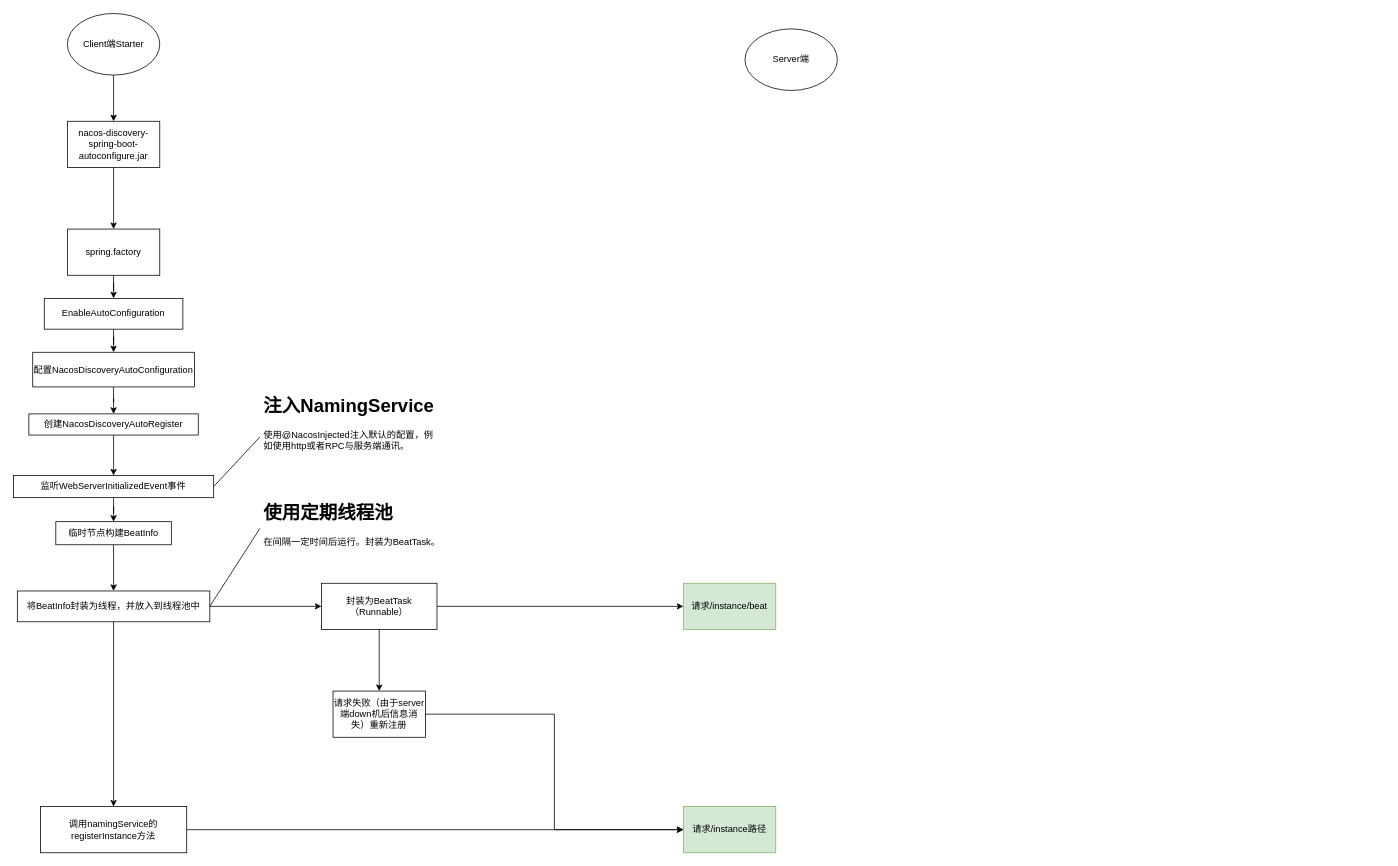
Before: nacos.drawio in dosjia/chart, a draw.io diagram. Source tidied: cells renumbered, new cells numbered last; positions are measured from the earlier drawing's top-left corner, leaving out a move shared by most shapes. Both pictures are drawn from the tidied source at 77%, with x=0, y=0 at pixel (13, 13).
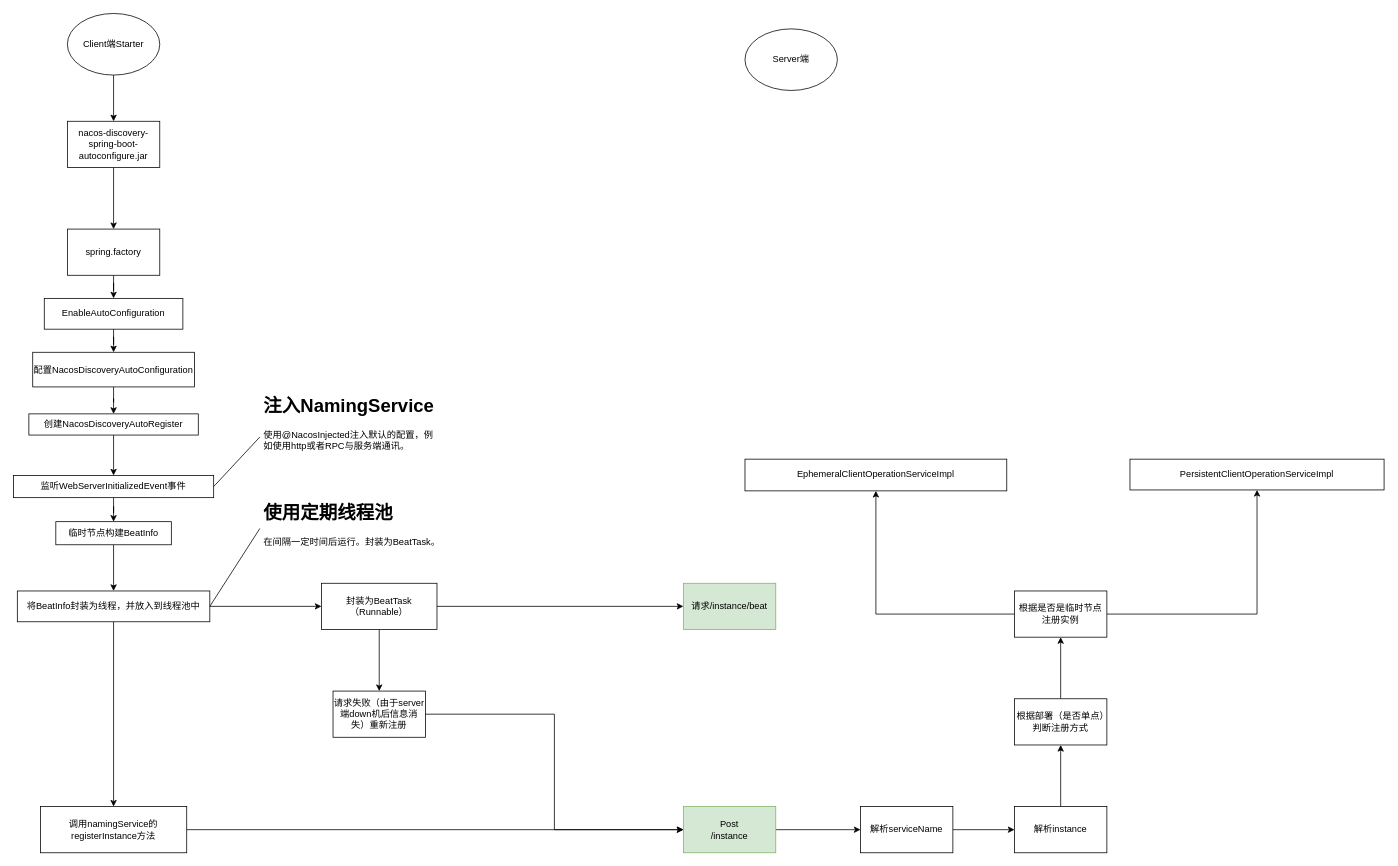
The same diagram, later.

Diff of the diagram source:
```diff
@@
+    <mxCell id="35" style="edgeStyle=orthogonalEdgeStyle;rounded=0;jettySize=auto;html=1;exitX=1;exitY=0.5;exitDx=0;exitDy=0;entryX=0;entryY=0.5;entryDx=0;entryDy=0;" parent="1" edge="1" source="20" target="37">
+      <mxGeometry relative="1" as="geometry" />
+    </mxCell>
-    <mxCell id="20" value="请求/instance路径" style="whiteSpace=wrap;html=1;rounded=0;fillColor=#d5e8d4;strokeColor=#82b366;" parent="1" vertex="1">
+    <mxCell id="20" value="&lt;div&gt;Post &lt;br&gt;&lt;/div&gt;&lt;div&gt;/instance&lt;/div&gt;" style="whiteSpace=wrap;html=1;rounded=0;fillColor=#d5e8d4;strokeColor=#82b366;" parent="1" vertex="1">
       <mxGeometry x="870" y="1030" width="120" height="60" as="geometry" />
     </mxCell>
@@
+    <mxCell id="36" style="edgeStyle=orthogonalEdgeStyle;rounded=0;jettySize=auto;html=1;" parent="1" edge="1" source="37" target="39">
+      <mxGeometry relative="1" as="geometry" />
+    </mxCell>
+    <mxCell id="37" value="解析serviceName" style="rounded=0;whiteSpace=wrap;html=1;" parent="1" vertex="1">
+      <mxGeometry x="1100" y="1030" width="120" height="60" as="geometry" />
+    </mxCell>
+    <mxCell id="38" style="edgeStyle=orthogonalEdgeStyle;rounded=0;jettySize=auto;html=1;" parent="1" edge="1" source="39" target="41">
+      <mxGeometry relative="1" as="geometry" />
+    </mxCell>
+    <mxCell id="39" value="解析instance" style="whiteSpace=wrap;html=1;rounded=0;" parent="1" vertex="1">
+      <mxGeometry x="1300" y="1030" width="120" height="60" as="geometry" />
+    </mxCell>
+    <mxCell id="40" style="edgeStyle=orthogonalEdgeStyle;rounded=0;jettySize=auto;html=1;" parent="1" edge="1" source="41" target="44">
+      <mxGeometry relative="1" as="geometry" />
+    </mxCell>
+    <mxCell id="41" value="根据部署（是否单点）判断注册方式" style="whiteSpace=wrap;html=1;rounded=0;" parent="1" vertex="1">
+      <mxGeometry x="1300" y="890" width="120" height="60" as="geometry" />
+    </mxCell>
+    <mxCell id="42" style="edgeStyle=orthogonalEdgeStyle;rounded=0;jettySize=auto;html=1;" parent="1" edge="1" source="44" target="45">
+      <mxGeometry relative="1" as="geometry" />
+    </mxCell>
+    <mxCell id="43" style="edgeStyle=orthogonalEdgeStyle;rounded=0;jettySize=auto;html=1;" parent="1" edge="1" source="44" target="46">
+      <mxGeometry relative="1" as="geometry" />
+    </mxCell>
+    <mxCell id="44" value="&lt;div&gt;根据是否是临时节点注册实例&lt;/div&gt;" style="whiteSpace=wrap;html=1;rounded=0;" parent="1" vertex="1">
+      <mxGeometry x="1300" y="750" width="120" height="60" as="geometry" />
+    </mxCell>
+    <mxCell id="45" value="EphemeralClientOperationServiceImpl" style="whiteSpace=wrap;html=1;rounded=0;" parent="1" vertex="1">
+      <mxGeometry x="950" y="578.8" width="340" height="41.2" as="geometry" />
+    </mxCell>
+    <mxCell id="46" value="PersistentClientOperationServiceImpl" style="whiteSpace=wrap;html=1;rounded=0;" parent="1" vertex="1">
+      <mxGeometry x="1450" y="578.8" width="330" height="40" as="geometry" />
+    </mxCell>
```
